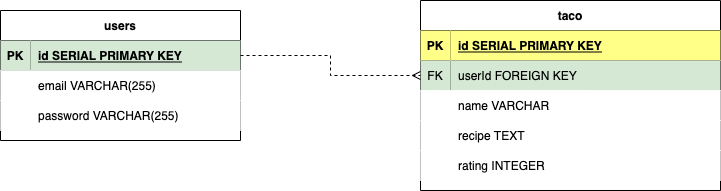
Before: ERD.drawio.png, a diagram exported from draw.io (mvanzo/P2-Dir). Source tidied: cells renumbered, new cells last; positions are measured from the earlier drawing's top-left corner, leaving out a move shared by most shapes.
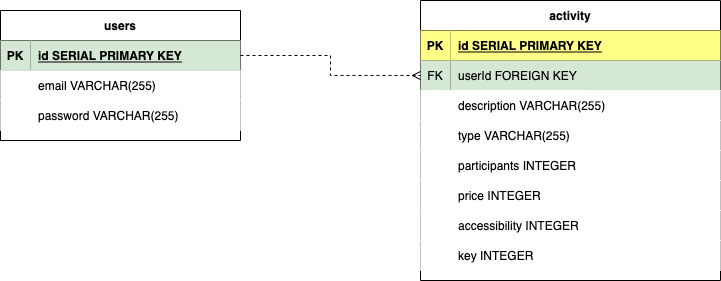
The same diagram one commit later.

The edit, as a diff of the source:
```diff
@@ -32,8 +32,8 @@
     <mxCell id="11" value="password VARCHAR(255)" style="shape=partialRectangle;top=0;left=0;bottom=0;right=0;align=left;spacingLeft=6;overflow=hidden;" parent="9" vertex="1">
       <mxGeometry x="30" width="210" height="30" as="geometry" />
     </mxCell>
-    <mxCell id="12" value="taco" style="shape=table;startSize=30;rowLines=0;fontStyle=1;align=center;" parent="1" vertex="1">
-      <mxGeometry x="420" width="300" height="190" as="geometry" />
+    <mxCell id="12" value="activity" style="shape=table;startSize=30;rowLines=0;fontStyle=1;align=center;" parent="1" vertex="1">
+      <mxGeometry x="420" width="300" height="280" as="geometry" />
     </mxCell>
     <mxCell id="13" style="shape=tableRow;horizontal=0;startSize=0;swimlaneHead=0;swimlaneBody=0;fillColor=none;top=0;left=0;right=0;bottom=1;" parent="12" vertex="1">
       <mxGeometry y="30" width="300" height="30" as="geometry" />
@@ -59,7 +59,7 @@
     <mxCell id="20" style="shape=partialRectangle;top=0;left=0;bottom=0;right=0;overflow=hidden;" parent="19" vertex="1">
       <mxGeometry width="30" height="30" as="geometry" />
     </mxCell>
-    <mxCell id="21" value="name VARCHAR" style="shape=partialRectangle;top=0;left=0;bottom=0;right=0;align=left;spacingLeft=6;overflow=hidden;" parent="19" vertex="1">
+    <mxCell id="21" value="description VARCHAR(255)" style="shape=partialRectangle;top=0;left=0;bottom=0;right=0;align=left;spacingLeft=6;overflow=hidden;" parent="19" vertex="1">
       <mxGeometry x="30" width="270" height="30" as="geometry" />
     </mxCell>
     <mxCell id="22" style="shape=tableRow;horizontal=0;startSize=0;swimlaneHead=0;swimlaneBody=0;top=0;left=0;right=0;bottom=0;" parent="12" vertex="1">
@@ -68,7 +68,7 @@
     <mxCell id="23" style="shape=partialRectangle;top=0;left=0;bottom=0;right=0;overflow=hidden;" parent="22" vertex="1">
       <mxGeometry width="30" height="30" as="geometry" />
     </mxCell>
-    <mxCell id="24" value="recipe TEXT" style="shape=partialRectangle;top=0;left=0;bottom=0;right=0;align=left;spacingLeft=6;overflow=hidden;" parent="22" vertex="1">
+    <mxCell id="24" value="type VARCHAR(255)" style="shape=partialRectangle;top=0;left=0;bottom=0;right=0;align=left;spacingLeft=6;overflow=hidden;" parent="22" vertex="1">
       <mxGeometry x="30" width="270" height="30" as="geometry" />
     </mxCell>
     <mxCell id="25" style="shape=tableRow;horizontal=0;startSize=0;swimlaneHead=0;swimlaneBody=0;top=0;left=0;right=0;bottom=0;" parent="12" vertex="1">
@@ -77,9 +77,36 @@
     <mxCell id="26" style="shape=partialRectangle;top=0;left=0;bottom=0;right=0;overflow=hidden;" parent="25" vertex="1">
       <mxGeometry width="30" height="30" as="geometry" />
     </mxCell>
-    <mxCell id="27" value="rating INTEGER" style="shape=partialRectangle;top=0;left=0;bottom=0;right=0;align=left;spacingLeft=6;overflow=hidden;" parent="25" vertex="1">
+    <mxCell id="27" value="participants INTEGER" style="shape=partialRectangle;top=0;left=0;bottom=0;right=0;align=left;spacingLeft=6;overflow=hidden;" parent="25" vertex="1">
       <mxGeometry x="30" width="270" height="30" as="geometry" />
     </mxCell>
+    <mxCell id="29" style="shape=tableRow;horizontal=0;startSize=0;swimlaneHead=0;swimlaneBody=0;top=0;left=0;right=0;bottom=0;" parent="12" vertex="1">
+      <mxGeometry y="180" width="300" height="30" as="geometry" />
+    </mxCell>
+    <mxCell id="30" style="shape=partialRectangle;top=0;left=0;bottom=0;right=0;overflow=hidden;" parent="29" vertex="1">
+      <mxGeometry width="30" height="30" as="geometry" />
+    </mxCell>
+    <mxCell id="31" value="price INTEGER" style="shape=partialRectangle;top=0;left=0;bottom=0;right=0;align=left;spacingLeft=6;overflow=hidden;" parent="29" vertex="1">
+      <mxGeometry x="30" width="270" height="30" as="geometry" />
+    </mxCell>
+    <mxCell id="32" style="shape=tableRow;horizontal=0;startSize=0;swimlaneHead=0;swimlaneBody=0;top=0;left=0;right=0;bottom=0;" parent="12" vertex="1">
+      <mxGeometry y="210" width="300" height="30" as="geometry" />
+    </mxCell>
+    <mxCell id="33" style="shape=partialRectangle;top=0;left=0;bottom=0;right=0;overflow=hidden;" parent="32" vertex="1">
+      <mxGeometry width="30" height="30" as="geometry" />
+    </mxCell>
+    <mxCell id="34" value="accessibility INTEGER" style="shape=partialRectangle;top=0;left=0;bottom=0;right=0;align=left;spacingLeft=6;overflow=hidden;" parent="32" vertex="1">
+      <mxGeometry x="30" width="270" height="30" as="geometry" />
+    </mxCell>
+    <mxCell id="35" style="shape=tableRow;horizontal=0;startSize=0;swimlaneHead=0;swimlaneBody=0;top=0;left=0;right=0;bottom=0;" parent="12" vertex="1">
+      <mxGeometry y="240" width="300" height="30" as="geometry" />
+    </mxCell>
+    <mxCell id="36" style="shape=partialRectangle;top=0;left=0;bottom=0;right=0;overflow=hidden;" parent="35" vertex="1">
+      <mxGeometry width="30" height="30" as="geometry" />
+    </mxCell>
+    <mxCell id="37" value="key INTEGER" style="shape=partialRectangle;top=0;left=0;bottom=0;right=0;align=left;spacingLeft=6;overflow=hidden;" parent="35" vertex="1">
+      <mxGeometry x="30" width="270" height="30" as="geometry" />
+    </mxCell>
     <mxCell id="28" style="edgeStyle=orthogonalEdgeStyle;rounded=0;jettySize=auto;html=1;entryX=0;entryY=0.5;entryDx=0;entryDy=0;endArrow=ERmany;endFill=0;dashed=1;" parent="1" edge="1" source="3" target="16">
       <mxGeometry relative="1" as="geometry" />
     </mxCell>
```
